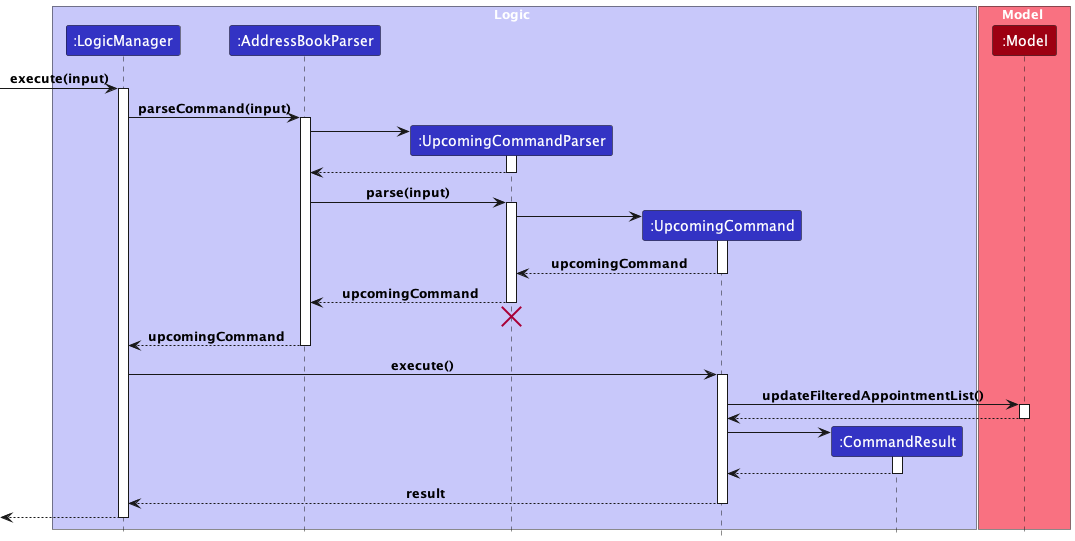
Before: docs/images/UpcomingCommandSequenceDiagram.png, a diagram exported from PlantUML (nus-cs2103-AY2324S1/tp). Source of this version:
```plantuml
@startuml
!include style.puml

box Logic LOGIC_COLOR_T1
participant ":LogicManager" as LogicManager LOGIC_COLOR
participant ":AddressBookParser" as AddressBookParser LOGIC_COLOR
participant ":UpcomingCommandParser" as UpcomingCommandParser LOGIC_COLOR
participant ":UpcomingCommand" as UpcomingCommand LOGIC_COLOR
participant ":CommandResult" as CommandResult LOGIC_COLOR
end box

box Model MODEL_COLOR_T1
participant ":Model" as Model MODEL_COLOR
end box

[-> LogicManager : execute(input)
activate LogicManager

LogicManager -> AddressBookParser : parseCommand(input)
activate AddressBookParser

create UpcomingCommandParser
AddressBookParser -> UpcomingCommandParser
activate UpcomingCommandParser

UpcomingCommandParser --> AddressBookParser
deactivate UpcomingCommandParser

AddressBookParser -> UpcomingCommandParser : parse(input)
activate UpcomingCommandParser

create UpcomingCommand
UpcomingCommandParser -> UpcomingCommand
activate UpcomingCommand

UpcomingCommand --> UpcomingCommandParser : upcomingCommand
deactivate UpcomingCommand

UpcomingCommandParser --> AddressBookParser : upcomingCommand
deactivate UpcomingCommandParser

UpcomingCommandParser -[hidden]-> AddressBookParser
destroy UpcomingCommandParser

AddressBookParser --> LogicManager : upcomingCommand
deactivate AddressBookParser

LogicManager -> UpcomingCommand : execute()
activate UpcomingCommand

UpcomingCommand -> Model : updateFilteredAppointmentList()
activate Model

Model --> UpcomingCommand
deactivate Model

create CommandResult
UpcomingCommand -> CommandResult
activate CommandResult

CommandResult --> UpcomingCommand
deactivate CommandResult

UpcomingCommand --> LogicManager : result
deactivate UpcomingCommand

[<--LogicManager
deactivate LogicManager
@enduml
```
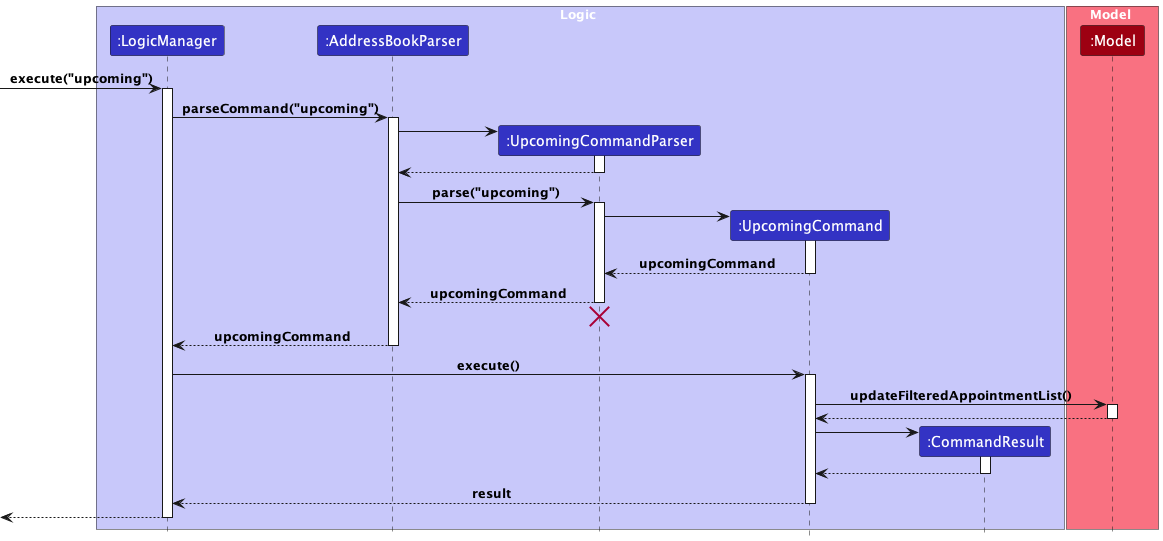
After the change.

Commit message:
Fix sequence diagram

Change to the diagram source:
```diff
@@ -13,10 +13,10 @@
 participant ":Model" as Model MODEL_COLOR
 end box
 
-[-> LogicManager : execute(input)
+[-> LogicManager : execute("upcoming")
 activate LogicManager
 
-LogicManager -> AddressBookParser : parseCommand(input)
+LogicManager -> AddressBookParser : parseCommand("upcoming")
 activate AddressBookParser
 
 create UpcomingCommandParser
@@ -26,7 +26,7 @@
 UpcomingCommandParser --> AddressBookParser
 deactivate UpcomingCommandParser
 
-AddressBookParser -> UpcomingCommandParser : parse(input)
+AddressBookParser -> UpcomingCommandParser : parse("upcoming")
 activate UpcomingCommandParser
 
 create UpcomingCommand
```
